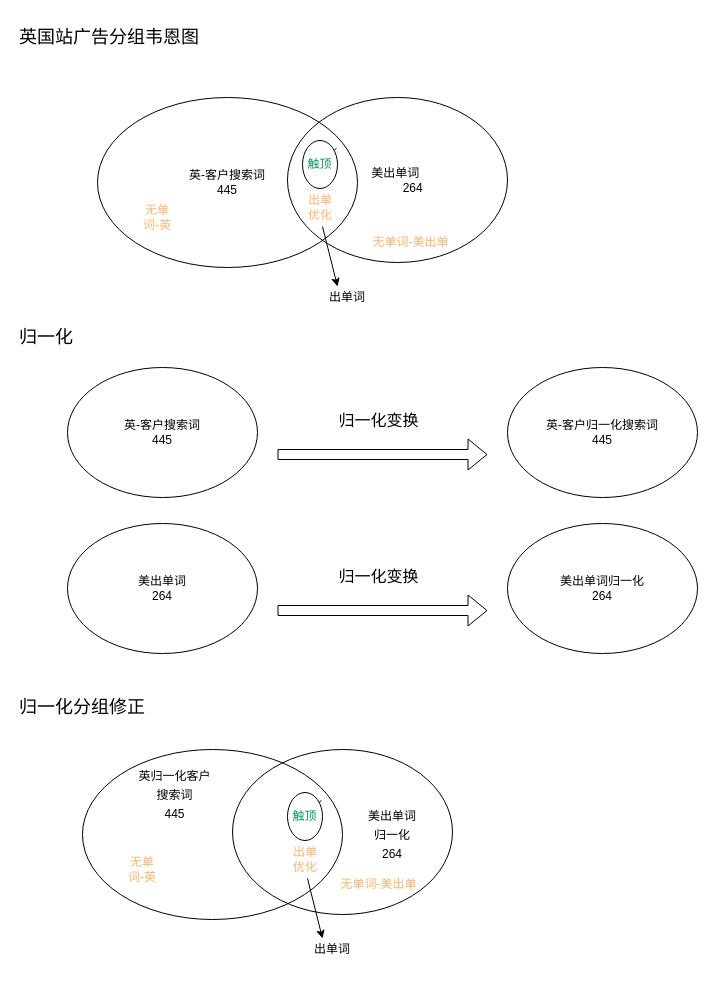
carlsonlau/.github.io keeps this draw.io diagram as page "广告分组" (1 of 3) of 英国站广告分组逻辑.drawio. Above is the earlier version. Source tidied: cells renumbered, new cells numbered last; positions are measured from the earlier drawing's top-left corner, leaving out a move shared by most shapes. Both pictures are drawn from the tidied source at 100%, with x=0, y=0 at pixel (17, 17).
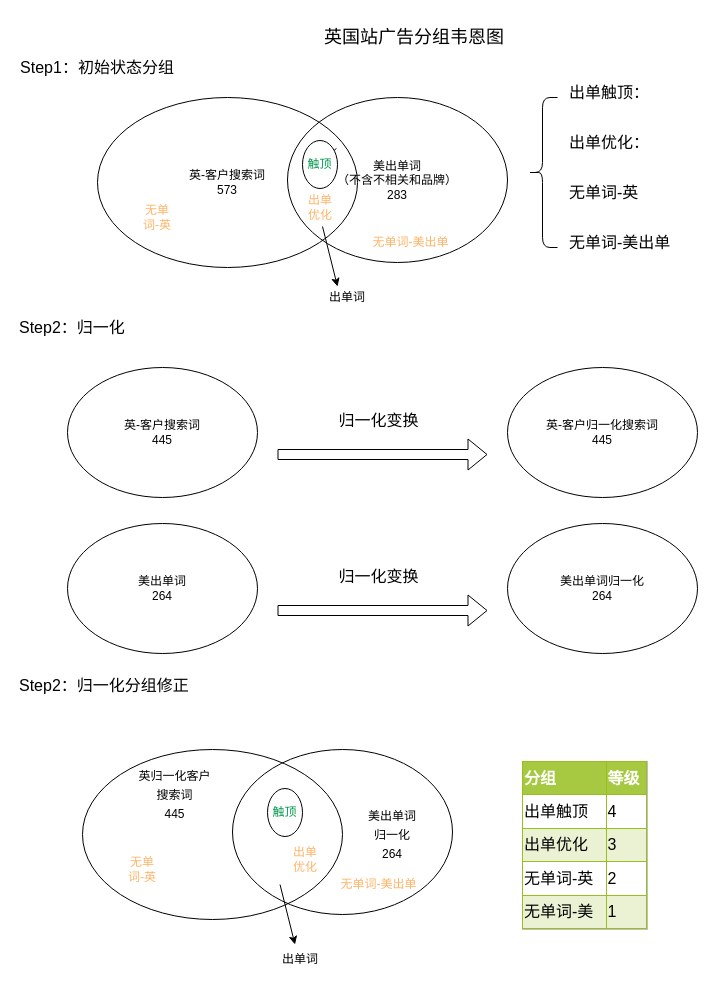
The same page after the edit.

Commit message:
更新英国站广告分组逻辑.drawio

What changed in the source:
```diff
@@
-    <mxCell id="2" value="英-客户搜索词&lt;br&gt;445&lt;br&gt;" style="ellipse;whiteSpace=wrap;html=1;" parent="1" vertex="1">
+    <mxCell id="2" value="英-客户搜索词&lt;br&gt;573&lt;br&gt;" style="ellipse;whiteSpace=wrap;html=1;" parent="1" vertex="1">
       <mxGeometry x="80" y="80" width="260" height="170" as="geometry" />
     </mxCell>
-    <mxCell id="3" value="&lt;div style=&quot;text-align: right&quot;&gt;&lt;span&gt;美出单词&amp;nbsp;&lt;/span&gt;&lt;/div&gt;&lt;div style=&quot;text-align: right&quot;&gt;&lt;span&gt;264&lt;/span&gt;&lt;/div&gt;" style="ellipse;whiteSpace=wrap;html=1;fillColor=none;" parent="1" vertex="1">
+    <mxCell id="3" value="&lt;div style=&quot;text-align: center&quot;&gt;&lt;span&gt;美出单词&lt;/span&gt;&lt;/div&gt;&lt;div style=&quot;text-align: center&quot;&gt;&lt;span&gt;（不含不相关和品牌）&lt;/span&gt;&lt;/div&gt;&lt;div style=&quot;text-align: center&quot;&gt;&lt;span&gt;283&lt;/span&gt;&lt;/div&gt;" style="ellipse;whiteSpace=wrap;html=1;fillColor=none;" parent="1" vertex="1">
       <mxGeometry x="270" y="80" width="220" height="165" as="geometry" />
     </mxCell>
@@
     <mxCell id="9" value="&lt;font style=&quot;font-size: 18px&quot; color=&quot;#000000&quot;&gt;英国站广告分组韦恩图&lt;/font&gt;" style="text;html=1;strokeColor=none;fillColor=none;align=left;verticalAlign=middle;whiteSpace=wrap;rounded=0;fontColor=#FFB366;" parent="1" vertex="1">
-      <mxGeometry width="390" height="40" as="geometry" />
+      <mxGeometry x="305" width="200" height="40" as="geometry" />
     </mxCell>
@@
-    <mxCell id="12" value="&lt;div style=&quot;text-align: left&quot;&gt;&lt;span style=&quot;font-size: 18px ; color: rgb(0 , 0 , 0)&quot;&gt;归一化&lt;/span&gt;&lt;/div&gt;" style="text;html=1;strokeColor=none;fillColor=none;align=left;verticalAlign=middle;whiteSpace=wrap;rounded=0;fontColor=#FFB366;" parent="1" vertex="1">
-      <mxGeometry y="300" width="80" height="40" as="geometry" />
+    <mxCell id="12" value="&lt;div style=&quot;text-align: left&quot;&gt;&lt;span style=&quot;color: rgb(0 , 0 , 0)&quot;&gt;&lt;font style=&quot;font-size: 16px&quot;&gt;Step2：归一化&lt;/font&gt;&lt;/span&gt;&lt;/div&gt;" style="text;html=1;strokeColor=none;fillColor=none;align=left;verticalAlign=middle;whiteSpace=wrap;rounded=0;fontColor=#FFB366;" parent="1" vertex="1">
+      <mxGeometry y="300" width="140" height="20" as="geometry" />
     </mxCell>
@@
-    <mxCell id="21" value="&lt;div style=&quot;text-align: left&quot;&gt;&lt;span style=&quot;font-size: 18px ; color: rgb(0 , 0 , 0)&quot;&gt;归一化分组修正&lt;/span&gt;&lt;/div&gt;" style="text;html=1;strokeColor=none;fillColor=none;align=left;verticalAlign=middle;whiteSpace=wrap;rounded=0;fontColor=#FFB366;" parent="1" vertex="1">
-      <mxGeometry y="670" width="200" height="40" as="geometry" />
-    </mxCell>
@@
-    <mxCell id="26" style="endArrow=none;dashed=1;html=1;" parent="1" edge="1" source="28">
-      <mxGeometry relative="1" as="geometry">
-        <mxPoint x="305" y="782" as="targetPoint" />
-      </mxGeometry>
-    </mxCell>
@@
     <mxCell id="28" value="&lt;font color=&quot;#00994d&quot;&gt;触顶&lt;/font&gt;" style="ellipse;whiteSpace=wrap;html=1;fillColor=none;fontColor=#FFB366;" parent="1" vertex="1">
-      <mxGeometry x="270" y="775" width="35" height="48" as="geometry" />
+      <mxGeometry x="250" y="771" width="35" height="48" as="geometry" />
     </mxCell>
     <mxCell id="29" style="endArrow=classic;html=1;fontColor=#FFB366;" parent="1" edge="1">
       <mxGeometry relative="1" as="geometry">
-        <mxPoint x="290" y="861" as="sourcePoint" />
-        <mxPoint x="305" y="921" as="targetPoint" />
+        <mxPoint x="262.5" y="867" as="sourcePoint" />
+        <mxPoint x="277.5" y="927" as="targetPoint" />
       </mxGeometry>
     </mxCell>
     <mxCell id="30" value="&lt;font color=&quot;#000000&quot;&gt;出单词&lt;/font&gt;" style="text;html=1;strokeColor=none;fillColor=none;align=center;verticalAlign=middle;whiteSpace=wrap;rounded=0;fontColor=#FFB366;" parent="1" vertex="1">
-      <mxGeometry x="295" y="922" width="40" height="20" as="geometry" />
+      <mxGeometry x="262.5" y="932" width="40" height="20" as="geometry" />
     </mxCell>
@@
+    <mxCell id="33" style="shape=curlyBracket;whiteSpace=wrap;html=1;rounded=1;fillColor=none;fontSize=16;fontColor=#000000;align=left;" parent="1" vertex="1">
+      <mxGeometry x="510" y="80" width="30" height="150" as="geometry" />
+    </mxCell>
+    <mxCell id="34" value="出单优化：" style="text;html=1;strokeColor=none;fillColor=none;align=left;verticalAlign=middle;whiteSpace=wrap;rounded=0;fontSize=16;fontColor=#000000;" parent="1" vertex="1">
+      <mxGeometry x="550" y="110" width="90" height="30" as="geometry" />
+    </mxCell>
+    <mxCell id="35" value="&lt;span&gt;无单词-英&lt;/span&gt;" style="text;html=1;strokeColor=none;fillColor=none;align=left;verticalAlign=middle;whiteSpace=wrap;rounded=0;fontSize=16;fontColor=#000000;" parent="1" vertex="1">
+      <mxGeometry x="550" y="160" width="130" height="30" as="geometry" />
+    </mxCell>
+    <mxCell id="36" value="&lt;span&gt;无单词-美出单&lt;/span&gt;" style="text;html=1;strokeColor=none;fillColor=none;align=left;verticalAlign=middle;whiteSpace=wrap;rounded=0;fontSize=16;fontColor=#000000;" parent="1" vertex="1">
+      <mxGeometry x="550" y="210" width="130" height="30" as="geometry" />
+    </mxCell>
+    <mxCell id="37" value="Step1：初始状态分组" style="text;html=1;strokeColor=none;fillColor=none;align=center;verticalAlign=middle;whiteSpace=wrap;rounded=0;fontSize=16;fontColor=#000000;" parent="1" vertex="1">
+      <mxGeometry y="40" width="160" height="20" as="geometry" />
+    </mxCell>
+    <mxCell id="38" value="&lt;div style=&quot;text-align: left&quot;&gt;&lt;span style=&quot;color: rgb(0 , 0 , 0)&quot;&gt;&lt;font style=&quot;font-size: 16px&quot;&gt;Step2：归一化分组修正&lt;/font&gt;&lt;/span&gt;&lt;/div&gt;" style="text;html=1;strokeColor=none;fillColor=none;align=left;verticalAlign=middle;whiteSpace=wrap;rounded=0;fontColor=#FFB366;" parent="1" vertex="1">
+      <mxGeometry y="656" width="191" height="24" as="geometry" />
+    </mxCell>
+    <mxCell id="39" value="出单触顶：" style="text;html=1;strokeColor=none;fillColor=none;align=left;verticalAlign=middle;whiteSpace=wrap;rounded=0;fontSize=16;fontColor=#000000;" parent="1" vertex="1">
+      <mxGeometry x="550" y="60" width="130" height="30" as="geometry" />
+    </mxCell>
+    <mxCell id="40" value="&lt;table border=&quot;1&quot; width=&quot;100%&quot; cellpadding=&quot;1&quot; style=&quot;width: 100% ; height: 100% ; border-collapse: collapse&quot;&gt;&lt;tbody&gt;&lt;tr style=&quot;background-color: #a7c942 ; color: #ffffff ; border: 1px solid #98bf21&quot;&gt;&lt;th align=&quot;left&quot;&gt;分组&lt;/th&gt;&lt;th align=&quot;left&quot;&gt;等级&lt;/th&gt;&lt;/tr&gt;&lt;tr style=&quot;border: 1px solid #98bf21&quot;&gt;&lt;td&gt;&lt;span&gt;出单触顶&lt;/span&gt;&lt;/td&gt;&lt;td&gt;4&lt;/td&gt;&lt;/tr&gt;&lt;tr style=&quot;background-color: #eaf2d3 ; border: 1px solid #98bf21&quot;&gt;&lt;td&gt;&lt;span&gt;出单优化&lt;/span&gt;&lt;/td&gt;&lt;td&gt;3&lt;/td&gt;&lt;/tr&gt;&lt;tr style=&quot;border: 1px solid #98bf21&quot;&gt;&lt;td&gt;&lt;span&gt;无单词-英&lt;/span&gt;&lt;/td&gt;&lt;td&gt;2&lt;/td&gt;&lt;/tr&gt;&lt;tr style=&quot;background-color: #eaf2d3 ; border: 1px solid #98bf21&quot;&gt;&lt;td&gt;&lt;span&gt;无单词-美&lt;/span&gt;&lt;br&gt;&lt;/td&gt;&lt;td&gt;1&lt;/td&gt;&lt;/tr&gt;&lt;/tbody&gt;&lt;/table&gt;" style="text;html=1;strokeColor=#c0c0c0;fillColor=#ffffff;overflow=fill;rounded=0;fontSize=16;fontColor=#000000;align=left;" parent="1" vertex="1">
+      <mxGeometry x="505" y="744" width="125" height="168" as="geometry" />
+    </mxCell>
```
